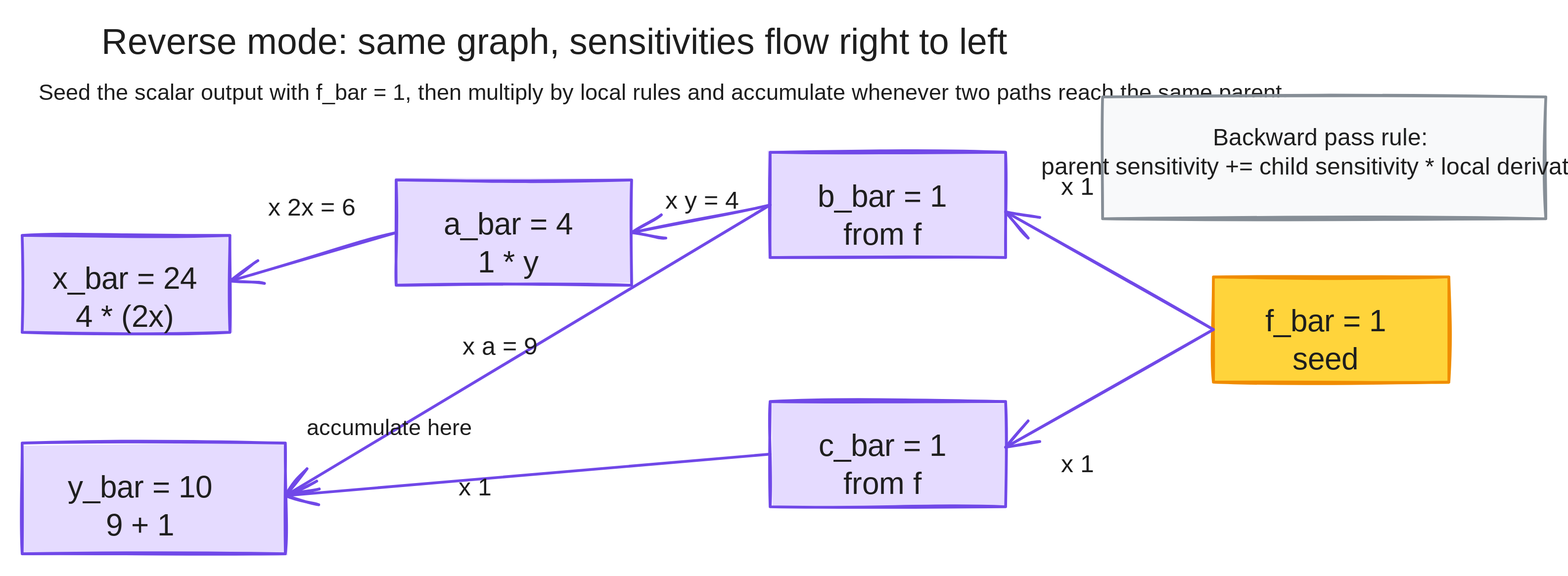
This is notes/images/autodiff_reverse_flow.excalidraw.svg from andreadifra/handson-mlp, a Excalidraw export, as it was before one commit. Source tidied: one line per element, renumbered; positions are measured from the earlier drawing's top-left corner, leaving out a move shared by most shapes.
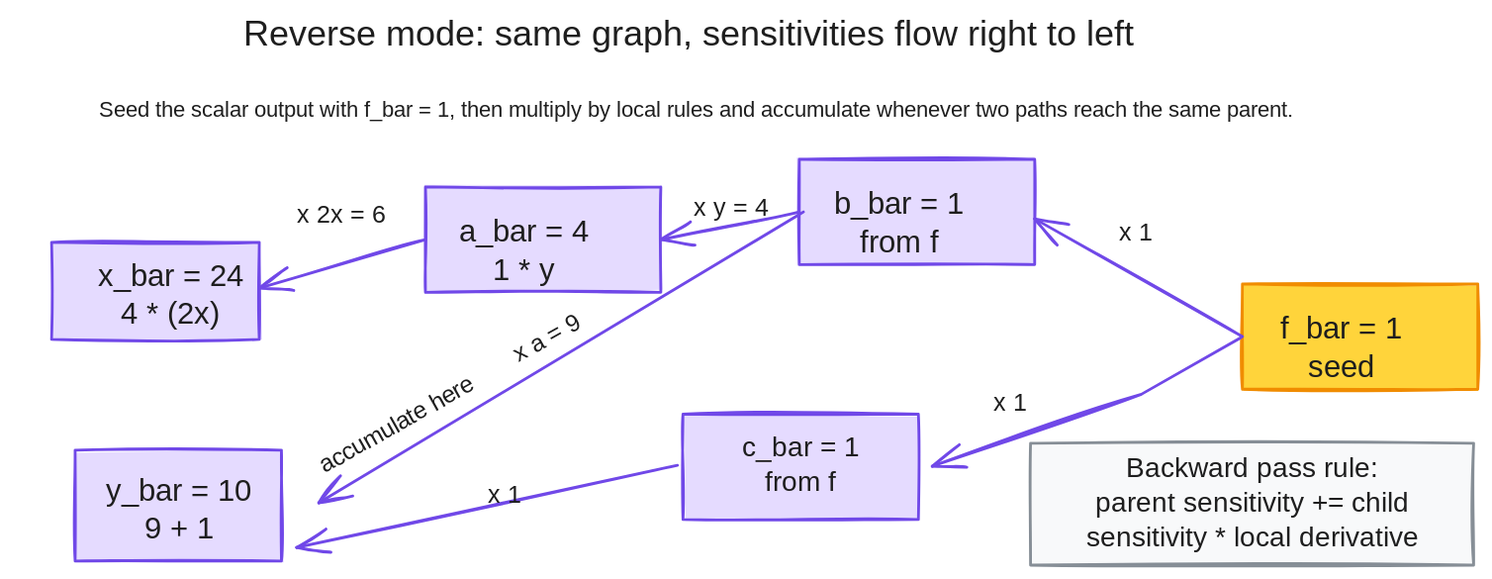
After the change.

Change to the diagram source:
```diff
@@ -1,29 +1,29 @@
-{"id": 0, "type": "text", "text": "Reverse mode: same graph, sensitivities flow right to left", "strokeColor": "#1e1e1e", "strokeWidth": 1, "roughness": 1, "fontSize": 26, "fontFamily": 5, "textAlign": "center", "verticalAlign": "middle", "x": 4, "y": 0, "width": 760, "height": 34}
+{"id": 0, "type": "text", "text": "Reverse mode: same graph, sensitivities flow right to left", "strokeColor": "#1e1e1e", "strokeWidth": 1, "roughness": 1, "fontSize": 26, "fontFamily": 5, "textAlign": "center", "verticalAlign": "middle", "x": 80, "y": -11, "width": 760, "height": 34}
-{"id": 1, "type": "text", "text": "Seed the scalar output with f_bar = 1, then multiply by local rules and accumulate whenever two paths reach the same parent.", "strokeColor": "#1e1e1e", "strokeWidth": 1, "roughness": 1, "fontSize": 16, "fontFamily": 5, "textAlign": "center", "verticalAlign": "middle", "x": 8, "y": 42, "width": 910, "height": 42}
+{"id": 1, "type": "text", "text": "Seed the scalar output with f_bar = 1, then multiply by local rules and accumulate whenever two paths reach the same parent.", "strokeColor": "#1e1e1e", "strokeWidth": 1, "roughness": 1, "fontSize": 16, "fontFamily": 5, "textAlign": "center", "verticalAlign": "middle", "x": -27, "y": 49, "width": 985, "height": 20}
 {"id": 2, "type": "rectangle", "strokeColor": "#7048e8", "backgroundColor": "#e5dbff", "fillStyle": "solid", "strokeWidth": 2, "roughness": 1, "x": 0, "y": 154, "width": 150, "height": 70}
-{"id": 3, "type": "text", "text": "x_bar = 24\n4 * (2x)", "strokeColor": "#1e1e1e", "strokeWidth": 1, "roughness": 1, "fontSize": 22, "fontFamily": 5, "textAlign": "center", "verticalAlign": "middle", "x": 20, "y": 173, "width": 108, "height": 50}
+{"id": 3, "type": "text", "text": "x_bar = 24\n4 * (2x)", "strokeColor": "#1e1e1e", "strokeWidth": 1, "roughness": 1, "fontSize": 22, "fontFamily": 5, "textAlign": "center", "verticalAlign": "middle", "x": 26, "y": 166, "width": 120, "height": 55}
-{"id": 4, "type": "rectangle", "strokeColor": "#7048e8", "backgroundColor": "#e5dbff", "fillStyle": "solid", "strokeWidth": 2, "roughness": 1, "x": 0, "y": 304, "width": 190, "height": 80}
+{"id": 4, "type": "rectangle", "strokeColor": "#7048e8", "backgroundColor": "#e5dbff", "fillStyle": "solid", "strokeWidth": 2, "roughness": 1, "x": 17, "y": 304, "width": 149, "height": 80}
-{"id": 5, "type": "text", "text": "y_bar = 10\n9 + 1", "strokeColor": "#1e1e1e", "strokeWidth": 1, "roughness": 1, "fontSize": 22, "fontFamily": 5, "textAlign": "center", "verticalAlign": "middle", "x": 20, "y": 324, "width": 130, "height": 50}
+{"id": 5, "type": "text", "text": "y_bar = 10\n9 + 1", "strokeColor": "#1e1e1e", "strokeWidth": 1, "roughness": 1, "fontSize": 22, "fontFamily": 5, "textAlign": "center", "verticalAlign": "middle", "x": 27, "y": 321, "width": 130, "height": 50}
 {"id": 6, "type": "rectangle", "strokeColor": "#7048e8", "backgroundColor": "#e5dbff", "fillStyle": "solid", "strokeWidth": 2, "roughness": 1, "x": 270, "y": 114, "width": 170, "height": 76}
-{"id": 7, "type": "text", "text": "a_bar = 4\n1 * y", "strokeColor": "#1e1e1e", "strokeWidth": 1, "roughness": 1, "fontSize": 22, "fontFamily": 5, "textAlign": "center", "verticalAlign": "middle", "x": 292, "y": 134, "width": 118, "height": 50}
+{"id": 7, "type": "text", "text": "a_bar = 4\n1 * y", "strokeColor": "#1e1e1e", "strokeWidth": 1, "roughness": 1, "fontSize": 22, "fontFamily": 5, "textAlign": "center", "verticalAlign": "middle", "x": 289, "y": 134, "width": 104, "height": 55}
 {"id": 8, "type": "rectangle", "strokeColor": "#7048e8", "backgroundColor": "#e5dbff", "fillStyle": "solid", "strokeWidth": 2, "roughness": 1, "x": 540, "y": 94, "width": 170, "height": 76}
-{"id": 9, "type": "text", "text": "b_bar = 1\nfrom f", "strokeColor": "#1e1e1e", "strokeWidth": 1, "roughness": 1, "fontSize": 22, "fontFamily": 5, "textAlign": "center", "verticalAlign": "middle", "x": 562, "y": 114, "width": 118, "height": 50}
+{"id": 9, "type": "text", "text": "b_bar = 1\nfrom f", "strokeColor": "#1e1e1e", "strokeWidth": 1, "roughness": 1, "fontSize": 22, "fontFamily": 5, "textAlign": "center", "verticalAlign": "middle", "x": 562, "y": 114, "width": 100, "height": 55}
-{"id": 10, "type": "rectangle", "strokeColor": "#7048e8", "backgroundColor": "#e5dbff", "fillStyle": "solid", "strokeWidth": 2, "roughness": 1, "x": 540, "y": 274, "width": 170, "height": 76}
+{"id": 10, "type": "rectangle", "strokeColor": "#7048e8", "backgroundColor": "#e5dbff", "fillStyle": "solid", "strokeWidth": 2, "roughness": 1, "x": 456, "y": 278, "width": 170, "height": 76}
-{"id": 11, "type": "text", "text": "c_bar = 1\nfrom f", "strokeColor": "#1e1e1e", "strokeWidth": 1, "roughness": 1, "fontSize": 22, "fontFamily": 5, "textAlign": "center", "verticalAlign": "middle", "x": 562, "y": 294, "width": 118, "height": 50}
+{"id": 11, "type": "text", "text": "c_bar = 1\nfrom f", "strokeColor": "#1e1e1e", "strokeWidth": 2, "roughness": 1, "fontSize": 20, "fontFamily": 5, "textAlign": "center", "verticalAlign": "middle", "inside": 10, "x": 496, "y": 291, "width": 90, "height": 50}
 {"id": 12, "type": "rectangle", "strokeColor": "#f08c00", "backgroundColor": "#ffd43b", "fillStyle": "solid", "strokeWidth": 2, "roughness": 1, "x": 860, "y": 184, "width": 170, "height": 76}
-{"id": 13, "type": "text", "text": "f_bar = 1\nseed", "strokeColor": "#1e1e1e", "strokeWidth": 1, "roughness": 1, "fontSize": 22, "fontFamily": 5, "textAlign": "center", "verticalAlign": "middle", "x": 882, "y": 204, "width": 118, "height": 50}
+{"id": 13, "type": "text", "text": "f_bar = 1\nseed", "strokeColor": "#1e1e1e", "strokeWidth": 1, "roughness": 1, "fontSize": 22, "fontFamily": 5, "textAlign": "center", "verticalAlign": "middle", "x": 882, "y": 204, "width": 99, "height": 55}
-{"id": 14, "type": "rectangle", "strokeColor": "#868e96", "backgroundColor": "#f8f9fa", "fillStyle": "solid", "strokeWidth": 2, "roughness": 1, "x": 780, "y": 54, "width": 320, "height": 88}
+{"id": 14, "type": "rectangle", "strokeColor": "#868e96", "backgroundColor": "#f8f9fa", "fillStyle": "solid", "strokeWidth": 2, "roughness": 1, "x": 707, "y": 299, "width": 320, "height": 88}
-{"id": 15, "type": "text", "text": "Backward pass rule:\nparent sensitivity += child sensitivity * local derivative", "strokeColor": "#1e1e1e", "strokeWidth": 1, "roughness": 1, "fontSize": 17, "fontFamily": 5, "textAlign": "center", "verticalAlign": "middle", "x": 802, "y": 74, "width": 270, "height": 50}
+{"id": 15, "type": "text", "text": "Backward pass rule:\nparent sensitivity += child\nsensitivity * local derivative", "strokeColor": "#1e1e1e", "strokeWidth": 2, "roughness": 1, "fontSize": 20, "fontFamily": 5, "textAlign": "center", "verticalAlign": "middle", "inside": 14, "x": 731, "y": 306, "width": 273, "height": 75}
 {"id": 16, "type": "arrow", "strokeColor": "#7048e8", "strokeWidth": 2, "roughness": 1, "endArrowhead": "arrow", "x": 860, "y": 222, "width": 150, "height": 85, "points": [[0, 0], [-150, -85]]}
-{"id": 17, "type": "arrow", "strokeColor": "#7048e8", "strokeWidth": 2, "roughness": 1, "endArrowhead": "arrow", "x": 860, "y": 222, "width": 150, "height": 85, "points": [[0, 0], [-150, 85]]}
+{"id": 17, "type": "arrow", "strokeColor": "#7048e8", "strokeWidth": 2, "roughness": 1, "endArrowhead": "arrow", "from": 12, "to": 10, "x": 859, "y": 223, "width": 223, "height": 93, "points": [[0, 0], [-72, 41], [-223, 93]]}
 {"id": 18, "type": "arrow", "strokeColor": "#7048e8", "strokeWidth": 2, "roughness": 1, "endArrowhead": "arrow", "x": 540, "y": 132, "width": 100, "height": 20, "points": [[0, 0], [-100, 20]]}
-{"id": 19, "type": "arrow", "strokeColor": "#7048e8", "strokeWidth": 2, "roughness": 1, "endArrowhead": "arrow", "x": 540, "y": 132, "width": 350, "height": 210, "points": [[0, 0], [-350, 210]]}
+{"id": 19, "type": "arrow", "strokeColor": "#7048e8", "strokeWidth": 2, "roughness": 1, "endArrowhead": "arrow", "x": 543, "y": 132, "width": 350, "height": 210, "points": [[0, 0], [-350, 210]]}
-{"id": 20, "type": "arrow", "strokeColor": "#7048e8", "strokeWidth": 2, "roughness": 1, "endArrowhead": "arrow", "x": 540, "y": 312, "width": 350, "height": 30, "points": [[0, 0], [-350, 30]]}
+{"id": 20, "type": "arrow", "strokeColor": "#7048e8", "strokeWidth": 2, "roughness": 1, "endArrowhead": "arrow", "from": 10, "to": 4, "x": 452, "y": 315, "width": 275, "height": 59, "points": [[0, 0], [-275, 59]]}
 {"id": 21, "type": "arrow", "strokeColor": "#7048e8", "strokeWidth": 2, "roughness": 1, "endArrowhead": "arrow", "x": 270, "y": 152, "width": 120, "height": 35, "points": [[0, 0], [-120, 35]]}
-{"id": 22, "type": "text", "text": "x 1", "strokeColor": "#1e1e1e", "strokeWidth": 1, "roughness": 1, "fontSize": 18, "fontFamily": 5, "textAlign": "center", "verticalAlign": "middle", "x": 745, "y": 109, "width": 34, "height": 22}
+{"id": 22, "type": "text", "text": "x 1", "strokeColor": "#1e1e1e", "strokeWidth": 1, "roughness": 1, "fontSize": 18, "fontFamily": 5, "textAlign": "center", "verticalAlign": "middle", "x": 766, "y": 137, "width": 34, "height": 22}
-{"id": 23, "type": "text", "text": "x 1", "strokeColor": "#1e1e1e", "strokeWidth": 1, "roughness": 1, "fontSize": 18, "fontFamily": 5, "textAlign": "center", "verticalAlign": "middle", "x": 745, "y": 309, "width": 34, "height": 22}
+{"id": 23, "type": "text", "text": "x 1", "strokeColor": "#1e1e1e", "strokeWidth": 1, "roughness": 1, "fontSize": 18, "fontFamily": 5, "textAlign": "center", "verticalAlign": "middle", "x": 675, "y": 260, "width": 34, "height": 22}
 {"id": 24, "type": "text", "text": "x y = 4", "strokeColor": "#1e1e1e", "strokeWidth": 1, "roughness": 1, "fontSize": 18, "fontFamily": 5, "textAlign": "center", "verticalAlign": "middle", "x": 460, "y": 119, "width": 62, "height": 22}
-{"id": 25, "type": "text", "text": "x a = 9", "strokeColor": "#1e1e1e", "strokeWidth": 1, "roughness": 1, "fontSize": 18, "fontFamily": 5, "textAlign": "center", "verticalAlign": "middle", "x": 310, "y": 224, "width": 70, "height": 22}
+{"id": 25, "type": "text", "text": "x a = 9", "strokeColor": "#1e1e1e", "angle": 5.78, "strokeWidth": 1, "roughness": 1, "fontSize": 17.35, "fontFamily": 5, "textAlign": "center", "verticalAlign": "middle", "x": 324, "y": 213, "width": 67, "height": 21}
 {"id": 26, "type": "text", "text": "x 1", "strokeColor": "#1e1e1e", "strokeWidth": 1, "roughness": 1, "fontSize": 18, "fontFamily": 5, "textAlign": "center", "verticalAlign": "middle", "x": 310, "y": 326, "width": 34, "height": 22}
 {"id": 27, "type": "text", "text": "x 2x = 6", "strokeColor": "#1e1e1e", "strokeWidth": 1, "roughness": 1, "fontSize": 18, "fontFamily": 5, "textAlign": "center", "verticalAlign": "middle", "x": 170, "y": 124, "width": 78, "height": 22}
-{"id": 28, "type": "text", "text": "accumulate here", "strokeColor": "#1e1e1e", "strokeWidth": 1, "roughness": 1, "fontSize": 16, "fontFamily": 5, "textAlign": "center", "verticalAlign": "middle", "x": 210, "y": 284, "width": 110, "height": 20}
+{"id": 28, "type": "text", "text": "accumulate here", "strokeColor": "#1e1e1e", "angle": 5.77, "strokeWidth": 1, "roughness": 1, "fontSize": 17.44, "fontFamily": 5, "textAlign": "center", "verticalAlign": "middle", "x": 190, "y": 275, "width": 120, "height": 22}
```
